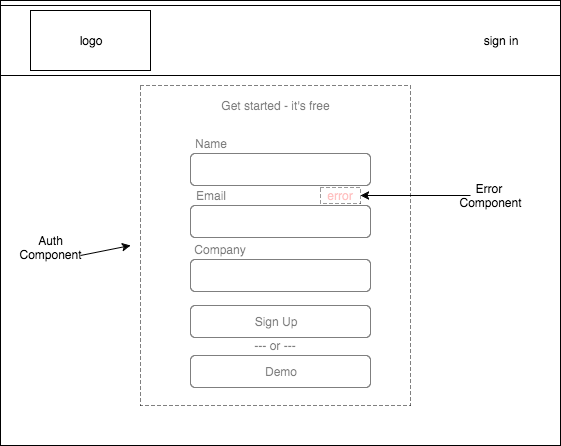
Earlier version of the draw.io export docs/wireframes/sign_up.png (sofbot/trackster). Source tidied: cells renumbered, new cells last; positions are measured from the earlier drawing's top-left corner, leaving out a move shared by most shapes.
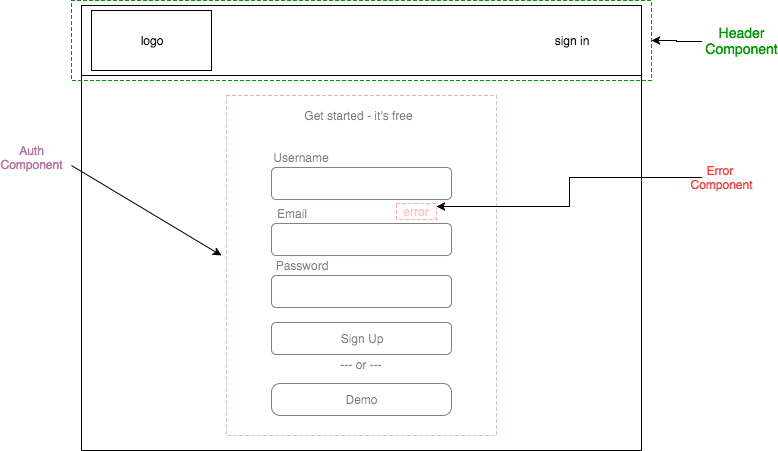
The same diagram one commit later.

Diff of the diagram source:
```diff
@@ -3,78 +3,93 @@
     <mxCell id="0" />
     <mxCell id="1" parent="0" />
     <mxCell id="2" style="whiteSpace=wrap;html=1;" parent="1" vertex="1">
-      <mxGeometry width="560" height="445" as="geometry" />
+      <mxGeometry x="100" y="95" width="560" height="445" as="geometry" />
     </mxCell>
     <mxCell id="3" style="whiteSpace=wrap;html=1;" parent="1" vertex="1">
-      <mxGeometry y="5" width="560" height="70" as="geometry" />
+      <mxGeometry x="100" y="95" width="560" height="70" as="geometry" />
     </mxCell>
     <mxCell id="4" style="whiteSpace=wrap;html=1;" parent="1" vertex="1">
-      <mxGeometry x="30" y="10" width="120" height="60" as="geometry" />
+      <mxGeometry x="110" y="100" width="120" height="60" as="geometry" />
     </mxCell>
     <mxCell id="5" value="logo" style="text;html=1;strokeColor=none;fillColor=none;align=center;verticalAlign=middle;whiteSpace=wrap;" parent="1" vertex="1">
-      <mxGeometry x="70" y="30" width="40" height="20" as="geometry" />
+      <mxGeometry x="150" y="120" width="40" height="20" as="geometry" />
     </mxCell>
     <mxCell id="6" value="sign in" style="text;html=1;strokeColor=none;fillColor=none;align=center;verticalAlign=middle;whiteSpace=wrap;" parent="1" vertex="1">
-      <mxGeometry x="480" y="30" width="40" height="20" as="geometry" />
+      <mxGeometry x="570" y="120" width="40" height="20" as="geometry" />
     </mxCell>
     <mxCell id="7" style="rounded=1;whiteSpace=wrap;html=1;" parent="1" vertex="1">
-      <mxGeometry x="190" y="153" width="180" height="32" as="geometry" />
+      <mxGeometry x="290" y="257" width="180" height="32" as="geometry" />
     </mxCell>
     <mxCell id="8" style="rounded=1;whiteSpace=wrap;html=1;" parent="1" vertex="1">
-      <mxGeometry x="190" y="205" width="180" height="32" as="geometry" />
+      <mxGeometry x="290" y="313" width="180" height="32" as="geometry" />
     </mxCell>
     <mxCell id="9" style="rounded=1;whiteSpace=wrap;html=1;" parent="1" vertex="1">
-      <mxGeometry x="190" y="259" width="180" height="32" as="geometry" />
+      <mxGeometry x="290" y="365" width="180" height="32" as="geometry" />
     </mxCell>
-    <mxCell id="10" value="Name" style="text;html=1;strokeColor=none;fillColor=none;align=center;verticalAlign=middle;whiteSpace=wrap;" parent="1" vertex="1">
-      <mxGeometry x="190" y="133" width="40" height="20" as="geometry" />
+    <mxCell id="10" value="Username" style="text;html=1;strokeColor=none;fillColor=none;align=center;verticalAlign=middle;whiteSpace=wrap;" parent="1" vertex="1">
+      <mxGeometry x="300" y="237" width="40" height="20" as="geometry" />
     </mxCell>
-    <mxCell id="11" value="Company" style="text;html=1;strokeColor=none;fillColor=none;align=center;verticalAlign=middle;whiteSpace=wrap;" parent="1" vertex="1">
-      <mxGeometry x="190" y="239" width="60" height="20" as="geometry" />
+    <mxCell id="11" value="Password" style="text;html=1;strokeColor=none;fillColor=none;align=center;verticalAlign=middle;whiteSpace=wrap;" parent="1" vertex="1">
+      <mxGeometry x="290" y="345" width="60" height="20" as="geometry" />
     </mxCell>
     <mxCell id="12" value="Email" style="text;html=1;strokeColor=none;fillColor=none;align=center;verticalAlign=middle;whiteSpace=wrap;" parent="1" vertex="1">
-      <mxGeometry x="190" y="185" width="40" height="20" as="geometry" />
+      <mxGeometry x="290" y="293" width="40" height="20" as="geometry" />
     </mxCell>
     <mxCell id="13" style="rounded=1;whiteSpace=wrap;html=1;" parent="1" vertex="1">
-      <mxGeometry x="190" y="305" width="180" height="32" as="geometry" />
+      <mxGeometry x="290" y="412" width="180" height="32" as="geometry" />
     </mxCell>
-    <mxCell id="14" style="rounded=1;whiteSpace=wrap;html=1;" parent="1" vertex="1">
-      <mxGeometry x="190" y="355" width="180" height="32" as="geometry" />
+    <mxCell id="14" style="rounded=1;whiteSpace=wrap;html=1;arcSize=27;" parent="1" vertex="1">
+      <mxGeometry x="290" y="473" width="180" height="32" as="geometry" />
     </mxCell>
     <mxCell id="15" value="Sign Up" style="text;html=1;strokeColor=none;fillColor=none;align=center;verticalAlign=middle;whiteSpace=wrap;" parent="1" vertex="1">
-      <mxGeometry x="250" y="311" width="50" height="20" as="geometry" />
+      <mxGeometry x="355" y="418" width="50" height="20" as="geometry" />
     </mxCell>
     <mxCell id="16" value="--- or ---" style="text;html=1;strokeColor=none;fillColor=none;align=center;verticalAlign=middle;whiteSpace=wrap;" parent="1" vertex="1">
-      <mxGeometry x="250" y="335" width="50" height="20" as="geometry" />
+      <mxGeometry x="355" y="444" width="50" height="20" as="geometry" />
     </mxCell>
-    <mxCell id="17" value="Demo" style="text;html=1;strokeColor=none;fillColor=none;align=center;verticalAlign=middle;whiteSpace=wrap;" parent="1" vertex="1">
-      <mxGeometry x="255" y="361" width="50" height="20" as="geometry" />
+    <mxCell id="17" value="Demo" style="text;html=1;strokeColor=none;fillColor=none;align=center;verticalAlign=middle;whiteSpace=wrap;direction=south;" parent="1" vertex="1">
+      <mxGeometry x="370" y="464" width="20" height="50" as="geometry" />
     </mxCell>
     <mxCell id="18" value="Get started - it's free" style="text;html=1;strokeColor=none;fillColor=none;align=center;verticalAlign=middle;whiteSpace=wrap;" parent="1" vertex="1">
-      <mxGeometry x="208" y="95" width="135" height="20" as="geometry" />
+      <mxGeometry x="310" y="195" width="135" height="20" as="geometry" />
     </mxCell>
     <mxCell id="19" value="error" style="text;html=1;strokeColor=none;fillColor=none;align=center;verticalAlign=middle;whiteSpace=wrap;fontColor=#FF3333;" parent="1" vertex="1">
-      <mxGeometry x="320" y="185" width="40" height="20" as="geometry" />
+      <mxGeometry x="415" y="291" width="40" height="20" as="geometry" />
     </mxCell>
-    <mxCell id="20" value="Auth Component" style="text;html=1;strokeColor=none;fillColor=none;align=center;verticalAlign=middle;whiteSpace=wrap;fontColor=#000000;" parent="1" vertex="1">
+    <mxCell id="20" value="Auth Component" style="text;html=1;strokeColor=none;fillColor=none;align=center;verticalAlign=middle;whiteSpace=wrap;fontColor=#B5739D;" parent="1" vertex="1">
       <mxGeometry x="30" y="237" width="40" height="20" as="geometry" />
     </mxCell>
-    <mxCell id="21" style="whiteSpace=wrap;html=1;fontColor=#000000;dashed=1;opacity=50;" parent="1" vertex="1">
-      <mxGeometry x="140" y="85" width="270" height="320" as="geometry" />
+    <mxCell id="21" style="whiteSpace=wrap;html=1;fontColor=#000000;dashed=1;opacity=50;strokeColor=#B5739D;" parent="1" vertex="1">
+      <mxGeometry x="245" y="185" width="270" height="340" as="geometry" />
     </mxCell>
-    <mxCell id="22" style="endArrow=classic;html=1;fontColor=#000000;entryX=0.232;entryY=0.551;entryPerimeter=0;" parent="1" edge="1" target="2">
+    <mxCell id="22" style="endArrow=classic;html=1;fontColor=#000000;" parent="1" edge="1">
       <mxGeometry relative="1" as="geometry">
-        <mxPoint x="80" y="255" as="sourcePoint" />
+        <mxPoint x="90" y="255" as="sourcePoint" />
+        <mxPoint x="240" y="345" as="targetPoint" />
       </mxGeometry>
     </mxCell>
-    <mxCell id="23" style="edgeStyle=orthogonalEdgeStyle;rounded=0;html=1;exitX=0;exitY=0.5;entryX=0.815;entryY=0.344;entryPerimeter=0;jettySize=auto;fontColor=#000000;" parent="1" edge="1" source="24" target="21">
-      <mxGeometry relative="1" as="geometry" />
-    </mxCell>
+    <mxCell id="26" style="edgeStyle=orthogonalEdgeStyle;rounded=0;html=1;entryX=1;entryY=0.25;jettySize=auto;fontSize=14;fontColor=#009900;" parent="1" edge="1" source="24" target="19">
+      <mxGeometry relative="1" as="geometry" />
+    </mxCell>
-    <mxCell id="24" value="Error&amp;nbsp;&lt;div&gt;Component&lt;/div&gt;" style="text;html=1;strokeColor=none;fillColor=none;align=center;verticalAlign=middle;whiteSpace=wrap;dashed=1;fontColor=#000000;" parent="1" vertex="1">
-      <mxGeometry x="470" y="185" width="40" height="20" as="geometry" />
+    <mxCell id="24" value="Error&amp;nbsp;&lt;div&gt;Component&lt;/div&gt;" style="text;html=1;strokeColor=none;fillColor=none;align=center;verticalAlign=middle;whiteSpace=wrap;dashed=1;fontColor=#FF3333;" parent="1" vertex="1">
+      <mxGeometry x="720" y="257" width="40" height="20" as="geometry" />
     </mxCell>
-    <mxCell id="25" style="whiteSpace=wrap;html=1;dashed=1;fontColor=#000000;opacity=40;" parent="1" vertex="1">
-      <mxGeometry x="320" y="187" width="40" height="16" as="geometry" />
+    <mxCell id="25" style="whiteSpace=wrap;html=1;dashed=1;fontColor=#000000;opacity=40;strokeColor=#FF3333;" parent="1" vertex="1">
+      <mxGeometry x="415" y="293" width="40" height="16" as="geometry" />
     </mxCell>
+    <mxCell id="27" style="whiteSpace=wrap;html=1;dashed=1;strokeColor=#009900;fillColor=none;fontSize=14;fontColor=#009900;" parent="1" vertex="1">
+      <mxGeometry x="90" y="90" width="580" height="80" as="geometry" />
+    </mxCell>
+    <mxCell id="28" style="edgeStyle=orthogonalEdgeStyle;rounded=0;html=1;exitX=1;exitY=0.5;entryX=1;entryY=0.5;jettySize=auto;orthogonalLoop=1;fontSize=14;fontColor=#009900;" parent="1" edge="1" source="6" target="6">
+      <mxGeometry relative="1" as="geometry" />
+    </mxCell>
+    <mxCell id="29" style="edgeStyle=orthogonalEdgeStyle;rounded=0;html=1;entryX=1;entryY=0.5;jettySize=auto;fontSize=14;fontColor=#009900;" parent="1" edge="1" target="27">
+      <mxGeometry relative="1" as="geometry">
+        <mxPoint x="720" y="131" as="sourcePoint" />
+      </mxGeometry>
+    </mxCell>
+    <mxCell id="30" value="Header Component" style="text;html=1;strokeColor=none;fillColor=none;align=center;verticalAlign=middle;whiteSpace=wrap;dashed=1;fontSize=14;fontColor=#009900;" parent="1" vertex="1">
+      <mxGeometry x="740" y="120" width="40" height="20" as="geometry" />
+    </mxCell>
   </root>
 </mxGraphModel>
```
